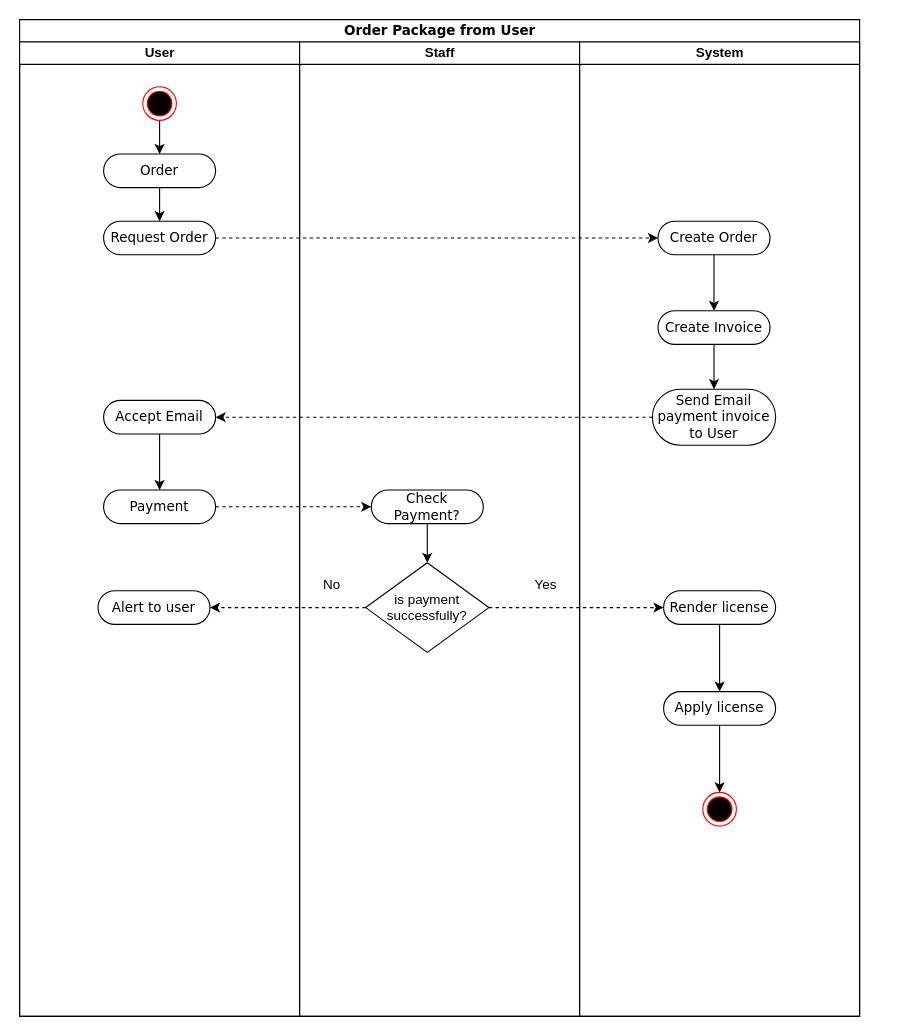
Above: page "Order Package from User" (1 of 2) of Untitled Diagram.drawio in truongcao98/exam_flask (draw.io), before the change. Source tidied: cells renumbered, new cells numbered last; positions are measured from the earlier drawing's top-left corner, leaving out a move shared by most shapes. Both pictures are drawn from the tidied source at 112%, with x=0, y=0 at pixel (19, 19).
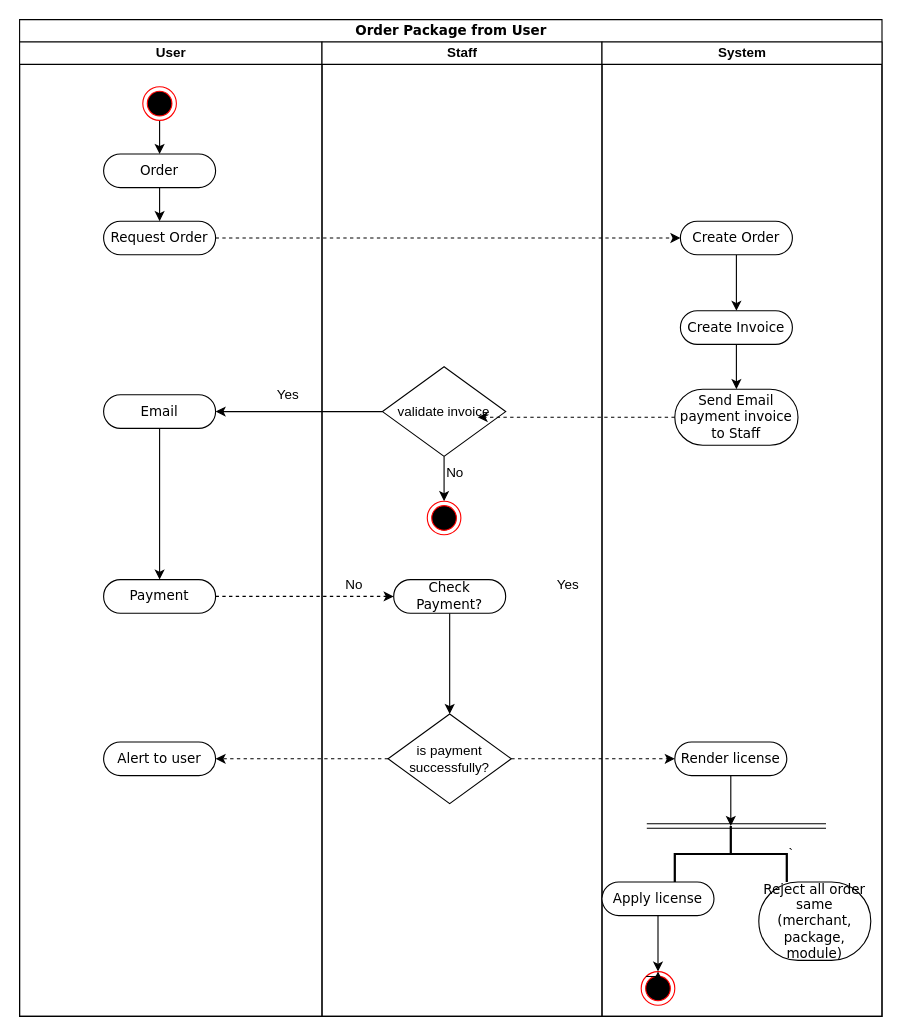
After the change.

Commit message (it also covers changes not shown here):
update order package from user

Change to the diagram source:
```diff
@@
     <mxCell id="2" value="Order Package from User" style="swimlane;html=1;startSize=20;rounded=0;shadow=0;comic=0;labelBackgroundColor=none;strokeWidth=1;fontFamily=Verdana;fontSize=12;align=center;" parent="1" vertex="1">
-      <mxGeometry width="750" height="890" as="geometry" />
+      <mxGeometry width="770" height="890" as="geometry" />
     </mxCell>
     <mxCell id="3" value="User" style="swimlane;html=1;startSize=20;" parent="2" vertex="1">
-      <mxGeometry y="20" width="250" height="870" as="geometry" />
+      <mxGeometry y="20" width="270" height="870" as="geometry" />
     </mxCell>
@@
-    <mxCell id="8" value="Accept Email" style="rounded=1;whiteSpace=wrap;html=1;shadow=0;comic=0;labelBackgroundColor=none;strokeWidth=1;fontFamily=Verdana;fontSize=12;align=center;arcSize=50;" parent="3" vertex="1">
-      <mxGeometry x="75" y="320" width="100" height="30" as="geometry" />
+    <mxCell id="8" value="Email" style="rounded=1;whiteSpace=wrap;html=1;shadow=0;comic=0;labelBackgroundColor=none;strokeWidth=1;fontFamily=Verdana;fontSize=12;align=center;arcSize=50;" parent="3" vertex="1">
+      <mxGeometry x="75" y="315" width="100" height="30" as="geometry" />
     </mxCell>
     <mxCell id="9" value="Payment" style="rounded=1;whiteSpace=wrap;html=1;shadow=0;comic=0;labelBackgroundColor=none;strokeWidth=1;fontFamily=Verdana;fontSize=12;align=center;arcSize=50;" parent="3" vertex="1">
-      <mxGeometry x="75" y="400" width="100" height="30" as="geometry" />
+      <mxGeometry x="75" y="480" width="100" height="30" as="geometry" />
     </mxCell>
     <mxCell id="10" value="Alert to user" style="rounded=1;whiteSpace=wrap;html=1;shadow=0;comic=0;labelBackgroundColor=none;strokeWidth=1;fontFamily=Verdana;fontSize=12;align=center;arcSize=50;" parent="3" vertex="1">
-      <mxGeometry x="70" y="490" width="100" height="30" as="geometry" />
+      <mxGeometry x="75" y="625" width="100" height="30" as="geometry" />
     </mxCell>
@@
+    <mxCell id="35" value="Yes" style="text;html=1;strokeColor=none;fillColor=none;align=center;verticalAlign=middle;whiteSpace=wrap;rounded=0;" parent="3" vertex="1">
+      <mxGeometry x="210" y="300" width="60" height="30" as="geometry" />
+    </mxCell>
     <mxCell id="13" value="Staff" style="swimlane;html=1;startSize=20;" parent="2" vertex="1">
-      <mxGeometry x="250" y="20" width="250" height="870" as="geometry" />
+      <mxGeometry x="270" y="20" width="250" height="870" as="geometry" />
     </mxCell>
@@
     <mxCell id="15" value="Check Payment?" style="rounded=1;whiteSpace=wrap;html=1;shadow=0;comic=0;labelBackgroundColor=none;strokeWidth=1;fontFamily=Verdana;fontSize=12;align=center;arcSize=50;" parent="13" vertex="1">
-      <mxGeometry x="64" y="400" width="100" height="30" as="geometry" />
+      <mxGeometry x="64" y="480" width="100" height="30" as="geometry" />
     </mxCell>
     <mxCell id="16" value="is payment successfully?" style="rhombus;whiteSpace=wrap;html=1;" parent="13" vertex="1">
-      <mxGeometry x="59" y="465" width="110" height="80" as="geometry" />
+      <mxGeometry x="59" y="600" width="110" height="80" as="geometry" />
     </mxCell>
@@
+    <mxCell id="36" style="edgeStyle=orthogonalEdgeStyle;rounded=0;jettySize=auto;html=1;entryX=0.5;entryY=0;entryDx=0;entryDy=0;" parent="13" edge="1" source="37" target="38">
+      <mxGeometry relative="1" as="geometry" />
+    </mxCell>
+    <mxCell id="37" value="validate invoice" style="rhombus;whiteSpace=wrap;html=1;" parent="13" vertex="1">
+      <mxGeometry x="54" y="290" width="110" height="80" as="geometry" />
+    </mxCell>
+    <mxCell id="38" style="ellipse;html=1;shape=endState;fillColor=#000000;strokeColor=#ff0000;" parent="13" vertex="1">
+      <mxGeometry x="94" y="410" width="30" height="30" as="geometry" />
+    </mxCell>
+    <mxCell id="39" value="No" style="text;html=1;strokeColor=none;fillColor=none;align=center;verticalAlign=middle;whiteSpace=wrap;rounded=0;" parent="13" vertex="1">
+      <mxGeometry x="89" y="370" width="60" height="30" as="geometry" />
+    </mxCell>
     <mxCell id="19" value="System" style="swimlane;html=1;startSize=20;" parent="2" vertex="1">
-      <mxGeometry x="500" y="20" width="250" height="870" as="geometry" />
+      <mxGeometry x="520" y="20" width="250" height="870" as="geometry" />
     </mxCell>
@@
-    <mxCell id="24" value="Send Email payment invoice to User" style="rounded=1;whiteSpace=wrap;html=1;shadow=0;comic=0;labelBackgroundColor=none;strokeWidth=1;fontFamily=Verdana;fontSize=12;align=center;arcSize=50;" parent="19" vertex="1">
+    <mxCell id="24" value="Send Email payment invoice to Staff" style="rounded=1;whiteSpace=wrap;html=1;shadow=0;comic=0;labelBackgroundColor=none;strokeWidth=1;fontFamily=Verdana;fontSize=12;align=center;arcSize=50;" parent="19" vertex="1">
       <mxGeometry x="65" y="310" width="110" height="50" as="geometry" />
     </mxCell>
-    <mxCell id="25" style="edgeStyle=orthogonalEdgeStyle;rounded=0;jettySize=auto;html=1;exitX=0.5;exitY=1;exitDx=0;exitDy=0;entryX=0.5;entryY=0;entryDx=0;entryDy=0;" parent="19" edge="1" source="26" target="28">
-      <mxGeometry relative="1" as="geometry" />
-    </mxCell>
+    <mxCell id="40" style="edgeStyle=orthogonalEdgeStyle;rounded=0;jettySize=auto;html=1;exitX=0.5;exitY=1;exitDx=0;exitDy=0;" parent="19" edge="1" source="26">
+      <mxGeometry relative="1" as="geometry">
+        <mxPoint x="115" y="700" as="targetPoint" />
+      </mxGeometry>
+    </mxCell>
     <mxCell id="26" value="Render license" style="rounded=1;whiteSpace=wrap;html=1;shadow=0;comic=0;labelBackgroundColor=none;strokeWidth=1;fontFamily=Verdana;fontSize=12;align=center;arcSize=50;" parent="19" vertex="1">
-      <mxGeometry x="75" y="490" width="100" height="30" as="geometry" />
+      <mxGeometry x="65" y="625" width="100" height="30" as="geometry" />
     </mxCell>
-    <mxCell id="27" style="edgeStyle=orthogonalEdgeStyle;rounded=0;jettySize=auto;html=1;exitX=0.5;exitY=1;exitDx=0;exitDy=0;entryX=0.5;entryY=0;entryDx=0;entryDy=0;" parent="19" edge="1" source="28" target="29">
+    <mxCell id="27" style="edgeStyle=orthogonalEdgeStyle;rounded=0;jettySize=auto;html=1;entryX=0.5;entryY=0;entryDx=0;entryDy=0;" parent="19" edge="1" source="28" target="29">
       <mxGeometry relative="1" as="geometry" />
     </mxCell>
     <mxCell id="28" value="Apply license" style="rounded=1;whiteSpace=wrap;html=1;shadow=0;comic=0;labelBackgroundColor=none;strokeWidth=1;fontFamily=Verdana;fontSize=12;align=center;arcSize=50;" parent="19" vertex="1">
-      <mxGeometry x="75" y="580" width="100" height="30" as="geometry" />
+      <mxGeometry y="750" width="100" height="30" as="geometry" />
     </mxCell>
     <mxCell id="29" style="ellipse;html=1;shape=endState;fillColor=#000000;strokeColor=#ff0000;" parent="19" vertex="1">
-      <mxGeometry x="110" y="670" width="30" height="30" as="geometry" />
+      <mxGeometry x="35" y="830" width="30" height="30" as="geometry" />
     </mxCell>
+    <mxCell id="41" style="shape=link;html=1;rounded=0;" parent="19" edge="1">
+      <mxGeometry relative="1" as="geometry">
+        <mxPoint x="40" y="700" as="sourcePoint" />
+        <mxPoint x="200" y="700" as="targetPoint" />
+      </mxGeometry>
+    </mxCell>
+    <mxCell id="42" value="Reject all order same (merchant, package, module)" style="rounded=1;whiteSpace=wrap;html=1;shadow=0;comic=0;labelBackgroundColor=none;strokeWidth=1;fontFamily=Verdana;fontSize=12;align=center;arcSize=50;" parent="19" vertex="1">
+      <mxGeometry x="140" y="750" width="100" height="70" as="geometry" />
+    </mxCell>
+    <mxCell id="43" value="`" style="strokeWidth=2;html=1;shape=mxgraph.flowchart.annotation_2;align=left;labelPosition=right;direction=south;" parent="19" vertex="1">
+      <mxGeometry x="65" y="700" width="100" height="50" as="geometry" />
+    </mxCell>
+    <mxCell id="44" style="edgeStyle=orthogonalEdgeStyle;rounded=0;orthogonalLoop=1;jettySize=auto;html=1;exitX=0;exitY=0;exitDx=0;exitDy=0;entryX=0.5;entryY=0;entryDx=0;entryDy=0;" parent="19" edge="1" source="29" target="29">
+      <mxGeometry relative="1" as="geometry" />
+    </mxCell>
@@
-    <mxCell id="31" style="edgeStyle=orthogonalEdgeStyle;rounded=0;jettySize=auto;html=1;entryX=1;entryY=0.5;entryDx=0;entryDy=0;dashed=1;" parent="2" edge="1" source="24" target="8">
-      <mxGeometry relative="1" as="geometry" />
-    </mxCell>
@@
+    <mxCell id="45" style="edgeStyle=orthogonalEdgeStyle;rounded=0;jettySize=auto;html=1;entryX=1;entryY=0.5;entryDx=0;entryDy=0;dashed=1;" parent="2" edge="1" source="24">
+      <mxGeometry relative="1" as="geometry">
+        <mxPoint x="409" y="355" as="targetPoint" />
+      </mxGeometry>
+    </mxCell>
+    <mxCell id="46" style="edgeStyle=orthogonalEdgeStyle;rounded=0;jettySize=auto;html=1;exitX=0;exitY=0.5;exitDx=0;exitDy=0;entryX=1;entryY=0.5;entryDx=0;entryDy=0;" parent="2" edge="1" source="37" target="8">
+      <mxGeometry relative="1" as="geometry" />
+    </mxCell>
```
